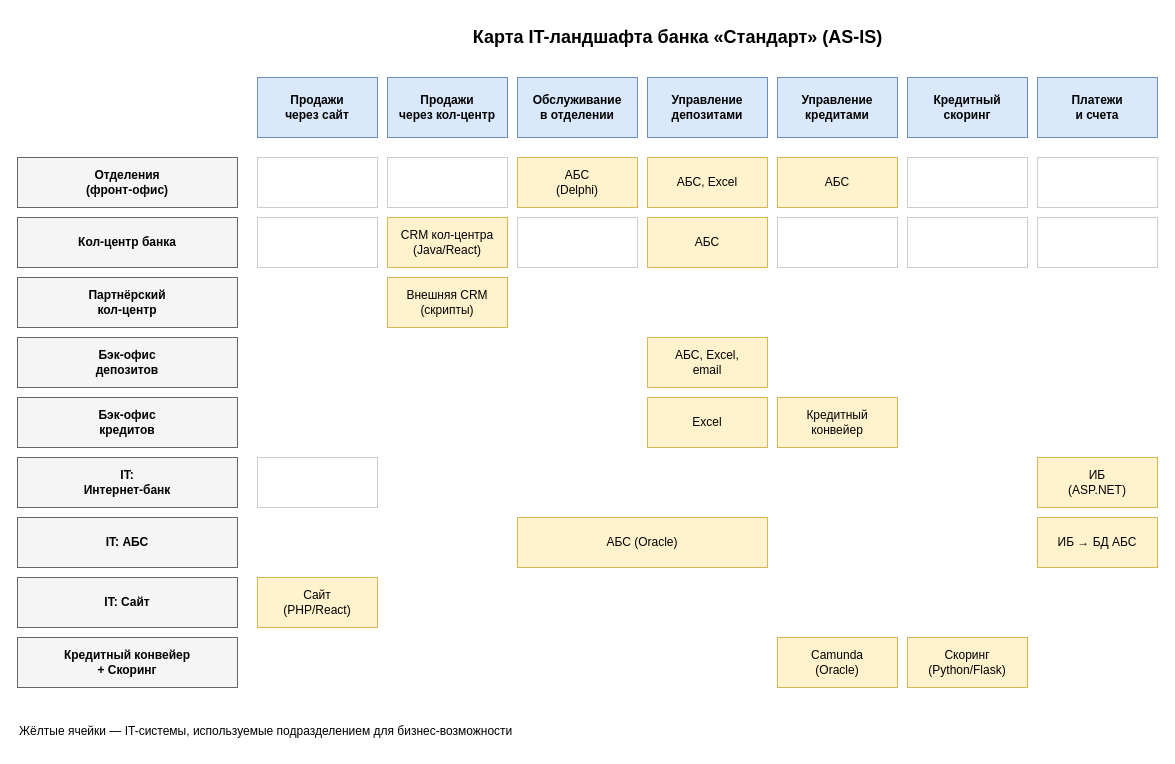
Before: Task1/IT_landscape_map.drawio in Rainbow42/architecture-pro-standart, a draw.io diagram. Source tidied: cells renumbered, new cells numbered last; positions are measured from the earlier drawing's top-left corner, leaving out a move shared by most shapes. Both pictures are drawn from the tidied source at 100%, with x=0, y=0 at pixel (17, 17).
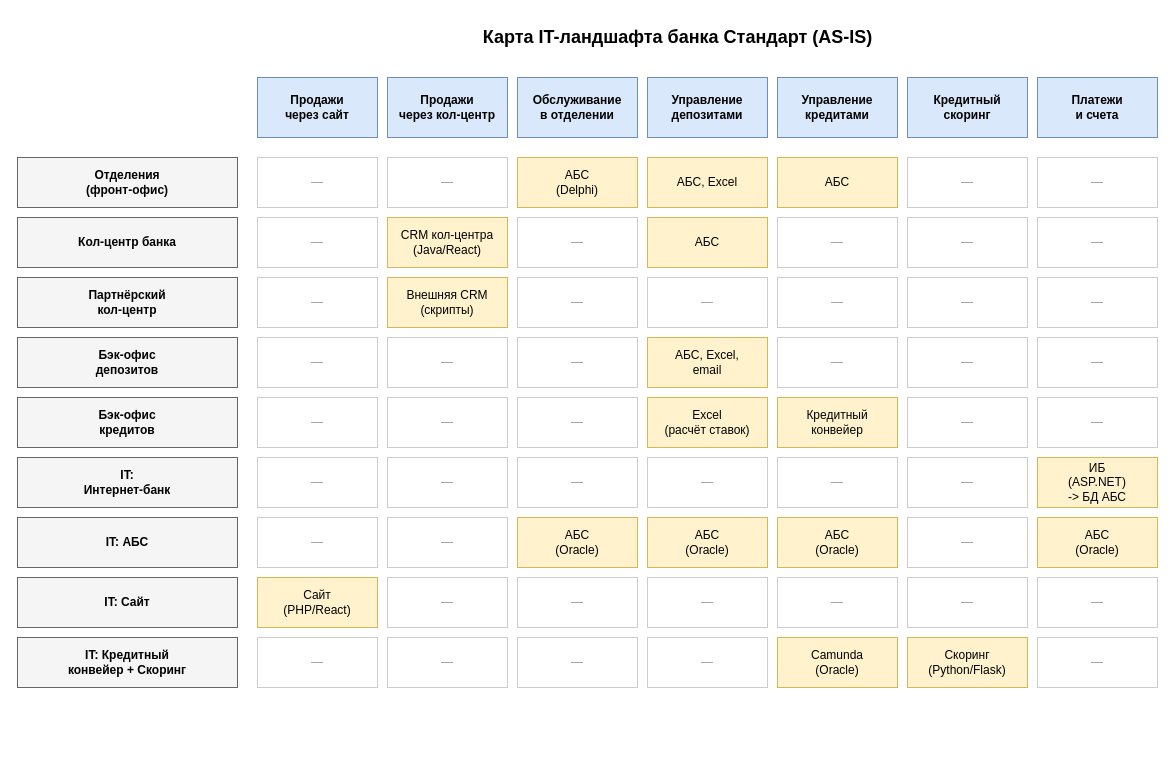
After the change.

The edit, as a diff of the source:
```diff
@@
-    <mxCell id="2" value="Карта IT-ландшафта банка «Стандарт» (AS-IS)" style="text;html=1;strokeColor=none;fillColor=none;align=center;verticalAlign=middle;fontSize=18;fontStyle=1;" parent="1" vertex="1">
+    <mxCell id="2" value="Карта IT-ландшафта банка Стандарт (AS-IS)" style="text;html=1;strokeColor=none;fillColor=none;align=center;verticalAlign=middle;fontSize=18;fontStyle=1;" parent="1" vertex="1">
       <mxGeometry x="360" width="600" height="40" as="geometry" />
     </mxCell>
@@
-    <mxCell id="11" style="rounded=0;whiteSpace=wrap;html=1;fillColor=#ffffff;strokeColor=#cccccc;" parent="1" vertex="1">
+    <mxCell id="11" value="—" style="rounded=0;whiteSpace=wrap;html=1;fillColor=#ffffff;strokeColor=#cccccc;fontColor=#999999;" parent="1" vertex="1">
       <mxGeometry x="240" y="140" width="120" height="50" as="geometry" />
     </mxCell>
-    <mxCell id="12" style="rounded=0;whiteSpace=wrap;html=1;fillColor=#ffffff;strokeColor=#cccccc;" parent="1" vertex="1">
+    <mxCell id="12" value="—" style="rounded=0;whiteSpace=wrap;html=1;fillColor=#ffffff;strokeColor=#cccccc;fontColor=#999999;" parent="1" vertex="1">
       <mxGeometry x="370" y="140" width="120" height="50" as="geometry" />
     </mxCell>
@@
-    <mxCell id="16" style="rounded=0;whiteSpace=wrap;html=1;fillColor=#ffffff;strokeColor=#cccccc;" parent="1" vertex="1">
+    <mxCell id="16" value="—" style="rounded=0;whiteSpace=wrap;html=1;fillColor=#ffffff;strokeColor=#cccccc;fontColor=#999999;" parent="1" vertex="1">
       <mxGeometry x="890" y="140" width="120" height="50" as="geometry" />
     </mxCell>
-    <mxCell id="17" style="rounded=0;whiteSpace=wrap;html=1;fillColor=#ffffff;strokeColor=#cccccc;" parent="1" vertex="1">
+    <mxCell id="17" value="—" style="rounded=0;whiteSpace=wrap;html=1;fillColor=#ffffff;strokeColor=#cccccc;fontColor=#999999;" parent="1" vertex="1">
       <mxGeometry x="1020" y="140" width="120" height="50" as="geometry" />
     </mxCell>
@@
-    <mxCell id="19" style="rounded=0;whiteSpace=wrap;html=1;fillColor=#ffffff;strokeColor=#cccccc;" parent="1" vertex="1">
+    <mxCell id="19" value="—" style="rounded=0;whiteSpace=wrap;html=1;fillColor=#ffffff;strokeColor=#cccccc;fontColor=#999999;" parent="1" vertex="1">
       <mxGeometry x="240" y="200" width="120" height="50" as="geometry" />
     </mxCell>
@@
-    <mxCell id="21" style="rounded=0;whiteSpace=wrap;html=1;fillColor=#ffffff;strokeColor=#cccccc;" parent="1" vertex="1">
+    <mxCell id="21" value="—" style="rounded=0;whiteSpace=wrap;html=1;fillColor=#ffffff;strokeColor=#cccccc;fontColor=#999999;" parent="1" vertex="1">
       <mxGeometry x="500" y="200" width="120" height="50" as="geometry" />
     </mxCell>
@@
-    <mxCell id="23" style="rounded=0;whiteSpace=wrap;html=1;fillColor=#ffffff;strokeColor=#cccccc;" parent="1" vertex="1">
+    <mxCell id="23" value="—" style="rounded=0;whiteSpace=wrap;html=1;fillColor=#ffffff;strokeColor=#cccccc;fontColor=#999999;" parent="1" vertex="1">
       <mxGeometry x="760" y="200" width="120" height="50" as="geometry" />
     </mxCell>
-    <mxCell id="24" style="rounded=0;whiteSpace=wrap;html=1;fillColor=#ffffff;strokeColor=#cccccc;" parent="1" vertex="1">
+    <mxCell id="24" value="—" style="rounded=0;whiteSpace=wrap;html=1;fillColor=#ffffff;strokeColor=#cccccc;fontColor=#999999;" parent="1" vertex="1">
       <mxGeometry x="890" y="200" width="120" height="50" as="geometry" />
     </mxCell>
-    <mxCell id="25" style="rounded=0;whiteSpace=wrap;html=1;fillColor=#ffffff;strokeColor=#cccccc;" parent="1" vertex="1">
+    <mxCell id="25" value="—" style="rounded=0;whiteSpace=wrap;html=1;fillColor=#ffffff;strokeColor=#cccccc;fontColor=#999999;" parent="1" vertex="1">
       <mxGeometry x="1020" y="200" width="120" height="50" as="geometry" />
     </mxCell>
@@
+    <mxCell id="45" value="—" style="rounded=0;whiteSpace=wrap;html=1;fillColor=#ffffff;strokeColor=#cccccc;fontColor=#999999;" parent="1" vertex="1">
+      <mxGeometry x="240" y="260" width="120" height="50" as="geometry" />
+    </mxCell>
@@
+    <mxCell id="46" value="—" style="rounded=0;whiteSpace=wrap;html=1;fillColor=#ffffff;strokeColor=#cccccc;fontColor=#999999;" parent="1" vertex="1">
+      <mxGeometry x="500" y="260" width="120" height="50" as="geometry" />
+    </mxCell>
+    <mxCell id="47" value="—" style="rounded=0;whiteSpace=wrap;html=1;fillColor=#ffffff;strokeColor=#cccccc;fontColor=#999999;" parent="1" vertex="1">
+      <mxGeometry x="630" y="260" width="120" height="50" as="geometry" />
+    </mxCell>
+    <mxCell id="48" value="—" style="rounded=0;whiteSpace=wrap;html=1;fillColor=#ffffff;strokeColor=#cccccc;fontColor=#999999;" parent="1" vertex="1">
+      <mxGeometry x="760" y="260" width="120" height="50" as="geometry" />
+    </mxCell>
+    <mxCell id="49" value="—" style="rounded=0;whiteSpace=wrap;html=1;fillColor=#ffffff;strokeColor=#cccccc;fontColor=#999999;" parent="1" vertex="1">
+      <mxGeometry x="890" y="260" width="120" height="50" as="geometry" />
+    </mxCell>
+    <mxCell id="50" value="—" style="rounded=0;whiteSpace=wrap;html=1;fillColor=#ffffff;strokeColor=#cccccc;fontColor=#999999;" parent="1" vertex="1">
+      <mxGeometry x="1020" y="260" width="120" height="50" as="geometry" />
+    </mxCell>
@@
+    <mxCell id="51" value="—" style="rounded=0;whiteSpace=wrap;html=1;fillColor=#ffffff;strokeColor=#cccccc;fontColor=#999999;" parent="1" vertex="1">
+      <mxGeometry x="240" y="320" width="120" height="50" as="geometry" />
+    </mxCell>
+    <mxCell id="52" value="—" style="rounded=0;whiteSpace=wrap;html=1;fillColor=#ffffff;strokeColor=#cccccc;fontColor=#999999;" parent="1" vertex="1">
+      <mxGeometry x="370" y="320" width="120" height="50" as="geometry" />
+    </mxCell>
+    <mxCell id="53" value="—" style="rounded=0;whiteSpace=wrap;html=1;fillColor=#ffffff;strokeColor=#cccccc;fontColor=#999999;" parent="1" vertex="1">
+      <mxGeometry x="500" y="320" width="120" height="50" as="geometry" />
+    </mxCell>
@@
+    <mxCell id="54" value="—" style="rounded=0;whiteSpace=wrap;html=1;fillColor=#ffffff;strokeColor=#cccccc;fontColor=#999999;" parent="1" vertex="1">
+      <mxGeometry x="760" y="320" width="120" height="50" as="geometry" />
+    </mxCell>
+    <mxCell id="55" value="—" style="rounded=0;whiteSpace=wrap;html=1;fillColor=#ffffff;strokeColor=#cccccc;fontColor=#999999;" parent="1" vertex="1">
+      <mxGeometry x="890" y="320" width="120" height="50" as="geometry" />
+    </mxCell>
+    <mxCell id="56" value="—" style="rounded=0;whiteSpace=wrap;html=1;fillColor=#ffffff;strokeColor=#cccccc;fontColor=#999999;" parent="1" vertex="1">
+      <mxGeometry x="1020" y="320" width="120" height="50" as="geometry" />
+    </mxCell>
@@
+    <mxCell id="57" value="—" style="rounded=0;whiteSpace=wrap;html=1;fillColor=#ffffff;strokeColor=#cccccc;fontColor=#999999;" parent="1" vertex="1">
+      <mxGeometry x="240" y="380" width="120" height="50" as="geometry" />
+    </mxCell>
+    <mxCell id="58" value="—" style="rounded=0;whiteSpace=wrap;html=1;fillColor=#ffffff;strokeColor=#cccccc;fontColor=#999999;" parent="1" vertex="1">
+      <mxGeometry x="370" y="380" width="120" height="50" as="geometry" />
+    </mxCell>
+    <mxCell id="59" value="—" style="rounded=0;whiteSpace=wrap;html=1;fillColor=#ffffff;strokeColor=#cccccc;fontColor=#999999;" parent="1" vertex="1">
+      <mxGeometry x="500" y="380" width="120" height="50" as="geometry" />
+    </mxCell>
-    <mxCell id="31" value="Excel" style="rounded=0;whiteSpace=wrap;html=1;fillColor=#fff2cc;strokeColor=#d6b656;" parent="1" vertex="1">
+    <mxCell id="31" value="Excel&#10;(расчёт ставок)" style="rounded=0;whiteSpace=wrap;html=1;fillColor=#fff2cc;strokeColor=#d6b656;" parent="1" vertex="1">
       <mxGeometry x="630" y="380" width="120" height="50" as="geometry" />
     </mxCell>
@@
+    <mxCell id="60" value="—" style="rounded=0;whiteSpace=wrap;html=1;fillColor=#ffffff;strokeColor=#cccccc;fontColor=#999999;" parent="1" vertex="1">
+      <mxGeometry x="890" y="380" width="120" height="50" as="geometry" />
+    </mxCell>
+    <mxCell id="61" value="—" style="rounded=0;whiteSpace=wrap;html=1;fillColor=#ffffff;strokeColor=#cccccc;fontColor=#999999;" parent="1" vertex="1">
+      <mxGeometry x="1020" y="380" width="120" height="50" as="geometry" />
+    </mxCell>
@@
-    <mxCell id="34" style="rounded=0;whiteSpace=wrap;html=1;fillColor=#ffffff;strokeColor=#cccccc;" parent="1" vertex="1">
+    <mxCell id="34" value="—" style="rounded=0;whiteSpace=wrap;html=1;fillColor=#ffffff;strokeColor=#cccccc;fontColor=#999999;" parent="1" vertex="1">
       <mxGeometry x="240" y="440" width="120" height="50" as="geometry" />
     </mxCell>
+    <mxCell id="62" value="—" style="rounded=0;whiteSpace=wrap;html=1;fillColor=#ffffff;strokeColor=#cccccc;fontColor=#999999;" parent="1" vertex="1">
+      <mxGeometry x="370" y="440" width="120" height="50" as="geometry" />
+    </mxCell>
+    <mxCell id="63" value="—" style="rounded=0;whiteSpace=wrap;html=1;fillColor=#ffffff;strokeColor=#cccccc;fontColor=#999999;" parent="1" vertex="1">
+      <mxGeometry x="500" y="440" width="120" height="50" as="geometry" />
+    </mxCell>
+    <mxCell id="64" value="—" style="rounded=0;whiteSpace=wrap;html=1;fillColor=#ffffff;strokeColor=#cccccc;fontColor=#999999;" parent="1" vertex="1">
+      <mxGeometry x="630" y="440" width="120" height="50" as="geometry" />
+    </mxCell>
+    <mxCell id="65" value="—" style="rounded=0;whiteSpace=wrap;html=1;fillColor=#ffffff;strokeColor=#cccccc;fontColor=#999999;" parent="1" vertex="1">
+      <mxGeometry x="760" y="440" width="120" height="50" as="geometry" />
+    </mxCell>
+    <mxCell id="66" value="—" style="rounded=0;whiteSpace=wrap;html=1;fillColor=#ffffff;strokeColor=#cccccc;fontColor=#999999;" parent="1" vertex="1">
+      <mxGeometry x="890" y="440" width="120" height="50" as="geometry" />
+    </mxCell>
-    <mxCell id="35" value="ИБ&#10;(ASP.NET)" style="rounded=0;whiteSpace=wrap;html=1;fillColor=#fff2cc;strokeColor=#d6b656;" parent="1" vertex="1">
+    <mxCell id="35" value="ИБ&lt;br&gt;(ASP.NET)&lt;br&gt;-&amp;gt; БД АБС" style="rounded=0;whiteSpace=wrap;html=1;fillColor=#fff2cc;strokeColor=#d6b656;" parent="1" vertex="1">
       <mxGeometry x="1020" y="440" width="120" height="50" as="geometry" />
     </mxCell>
@@
-    <mxCell id="37" value="АБС (Oracle)" style="rounded=0;whiteSpace=wrap;html=1;fillColor=#fff2cc;strokeColor=#d6b656;" parent="1" vertex="1">
-      <mxGeometry x="500" y="500" width="250" height="50" as="geometry" />
-    </mxCell>
+    <mxCell id="67" value="—" style="rounded=0;whiteSpace=wrap;html=1;fillColor=#ffffff;strokeColor=#cccccc;fontColor=#999999;" parent="1" vertex="1">
+      <mxGeometry x="240" y="500" width="120" height="50" as="geometry" />
+    </mxCell>
+    <mxCell id="68" value="—" style="rounded=0;whiteSpace=wrap;html=1;fillColor=#ffffff;strokeColor=#cccccc;fontColor=#999999;" parent="1" vertex="1">
+      <mxGeometry x="370" y="500" width="120" height="50" as="geometry" />
+    </mxCell>
+    <mxCell id="69" value="АБС&#10;(Oracle)" style="rounded=0;whiteSpace=wrap;html=1;fillColor=#fff2cc;strokeColor=#d6b656;" parent="1" vertex="1">
+      <mxGeometry x="500" y="500" width="120" height="50" as="geometry" />
+    </mxCell>
+    <mxCell id="70" value="АБС&#10;(Oracle)" style="rounded=0;whiteSpace=wrap;html=1;fillColor=#fff2cc;strokeColor=#d6b656;" parent="1" vertex="1">
+      <mxGeometry x="630" y="500" width="120" height="50" as="geometry" />
+    </mxCell>
+    <mxCell id="71" value="АБС&#10;(Oracle)" style="rounded=0;whiteSpace=wrap;html=1;fillColor=#fff2cc;strokeColor=#d6b656;" parent="1" vertex="1">
+      <mxGeometry x="760" y="500" width="120" height="50" as="geometry" />
+    </mxCell>
+    <mxCell id="72" value="—" style="rounded=0;whiteSpace=wrap;html=1;fillColor=#ffffff;strokeColor=#cccccc;fontColor=#999999;" parent="1" vertex="1">
+      <mxGeometry x="890" y="500" width="120" height="50" as="geometry" />
+    </mxCell>
-    <mxCell id="38" value="ИБ → БД АБС" style="rounded=0;whiteSpace=wrap;html=1;fillColor=#fff2cc;strokeColor=#d6b656;" parent="1" vertex="1">
+    <mxCell id="38" value="АБС&#10;(Oracle)" style="rounded=0;whiteSpace=wrap;html=1;fillColor=#fff2cc;strokeColor=#d6b656;" parent="1" vertex="1">
       <mxGeometry x="1020" y="500" width="120" height="50" as="geometry" />
     </mxCell>
@@
+    <mxCell id="73" value="—" style="rounded=0;whiteSpace=wrap;html=1;fillColor=#ffffff;strokeColor=#cccccc;fontColor=#999999;" parent="1" vertex="1">
+      <mxGeometry x="370" y="560" width="120" height="50" as="geometry" />
+    </mxCell>
+    <mxCell id="74" value="—" style="rounded=0;whiteSpace=wrap;html=1;fillColor=#ffffff;strokeColor=#cccccc;fontColor=#999999;" parent="1" vertex="1">
+      <mxGeometry x="500" y="560" width="120" height="50" as="geometry" />
+    </mxCell>
+    <mxCell id="75" value="—" style="rounded=0;whiteSpace=wrap;html=1;fillColor=#ffffff;strokeColor=#cccccc;fontColor=#999999;" parent="1" vertex="1">
+      <mxGeometry x="630" y="560" width="120" height="50" as="geometry" />
+    </mxCell>
+    <mxCell id="76" value="—" style="rounded=0;whiteSpace=wrap;html=1;fillColor=#ffffff;strokeColor=#cccccc;fontColor=#999999;" parent="1" vertex="1">
+      <mxGeometry x="760" y="560" width="120" height="50" as="geometry" />
+    </mxCell>
+    <mxCell id="77" value="—" style="rounded=0;whiteSpace=wrap;html=1;fillColor=#ffffff;strokeColor=#cccccc;fontColor=#999999;" parent="1" vertex="1">
+      <mxGeometry x="890" y="560" width="120" height="50" as="geometry" />
+    </mxCell>
+    <mxCell id="78" value="—" style="rounded=0;whiteSpace=wrap;html=1;fillColor=#ffffff;strokeColor=#cccccc;fontColor=#999999;" parent="1" vertex="1">
+      <mxGeometry x="1020" y="560" width="120" height="50" as="geometry" />
+    </mxCell>
-    <mxCell id="41" value="Кредитный конвейер&#10;+ Скоринг" style="rounded=0;whiteSpace=wrap;html=1;fillColor=#f5f5f5;strokeColor=#666666;fontStyle=1;" parent="1" vertex="1">
+    <mxCell id="41" value="IT: Кредитный&#10;конвейер + Скоринг" style="rounded=0;whiteSpace=wrap;html=1;fillColor=#f5f5f5;strokeColor=#666666;fontStyle=1;" parent="1" vertex="1">
       <mxGeometry y="620" width="220" height="50" as="geometry" />
     </mxCell>
+    <mxCell id="79" value="—" style="rounded=0;whiteSpace=wrap;html=1;fillColor=#ffffff;strokeColor=#cccccc;fontColor=#999999;" parent="1" vertex="1">
+      <mxGeometry x="240" y="620" width="120" height="50" as="geometry" />
+    </mxCell>
+    <mxCell id="80" value="—" style="rounded=0;whiteSpace=wrap;html=1;fillColor=#ffffff;strokeColor=#cccccc;fontColor=#999999;" parent="1" vertex="1">
+      <mxGeometry x="370" y="620" width="120" height="50" as="geometry" />
+    </mxCell>
+    <mxCell id="81" value="—" style="rounded=0;whiteSpace=wrap;html=1;fillColor=#ffffff;strokeColor=#cccccc;fontColor=#999999;" parent="1" vertex="1">
+      <mxGeometry x="500" y="620" width="120" height="50" as="geometry" />
+    </mxCell>
+    <mxCell id="82" value="—" style="rounded=0;whiteSpace=wrap;html=1;fillColor=#ffffff;strokeColor=#cccccc;fontColor=#999999;" parent="1" vertex="1">
+      <mxGeometry x="630" y="620" width="120" height="50" as="geometry" />
+    </mxCell>
@@
-    <mxCell id="44" value="Жёлтые ячейки — IT-системы, используемые подразделением для бизнес-возможности" style="text;html=1;strokeColor=none;fillColor=none;align=left;fontSize=12;" parent="1" vertex="1">
-      <mxGeometry y="700" width="600" height="30" as="geometry" />
-    </mxCell>
+    <mxCell id="83" value="—" style="rounded=0;whiteSpace=wrap;html=1;fillColor=#ffffff;strokeColor=#cccccc;fontColor=#999999;" parent="1" vertex="1">
+      <mxGeometry x="1020" y="620" width="120" height="50" as="geometry" />
+    </mxCell>
```
